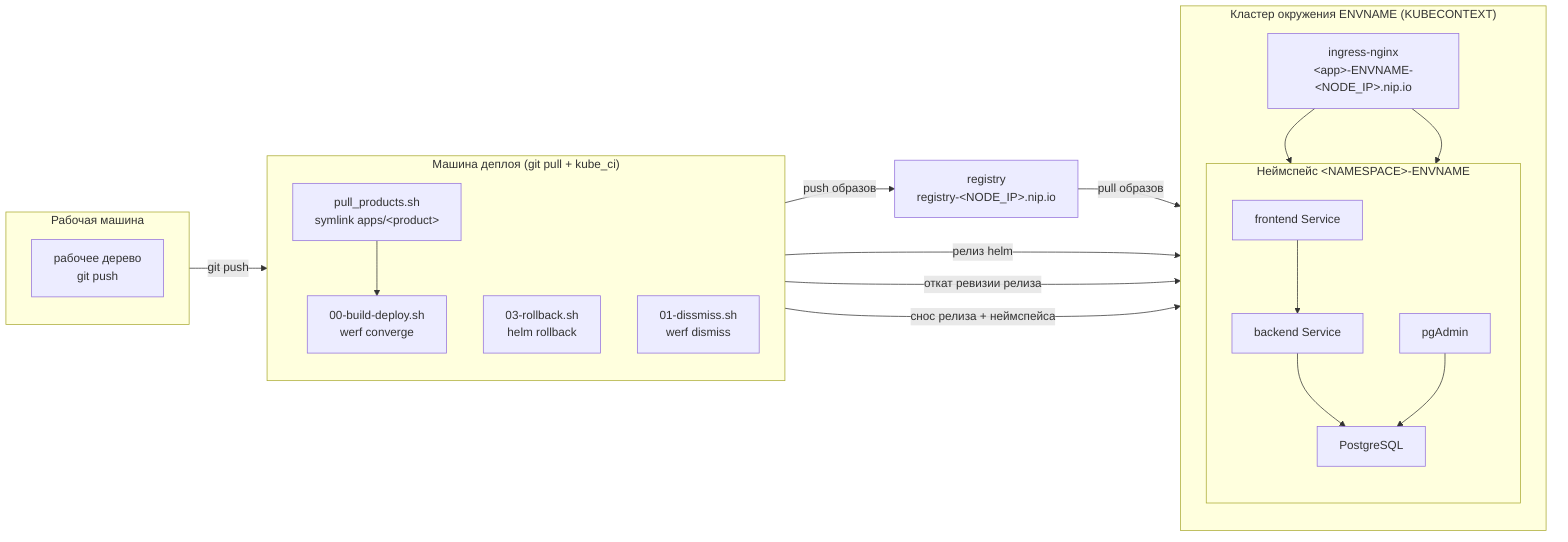
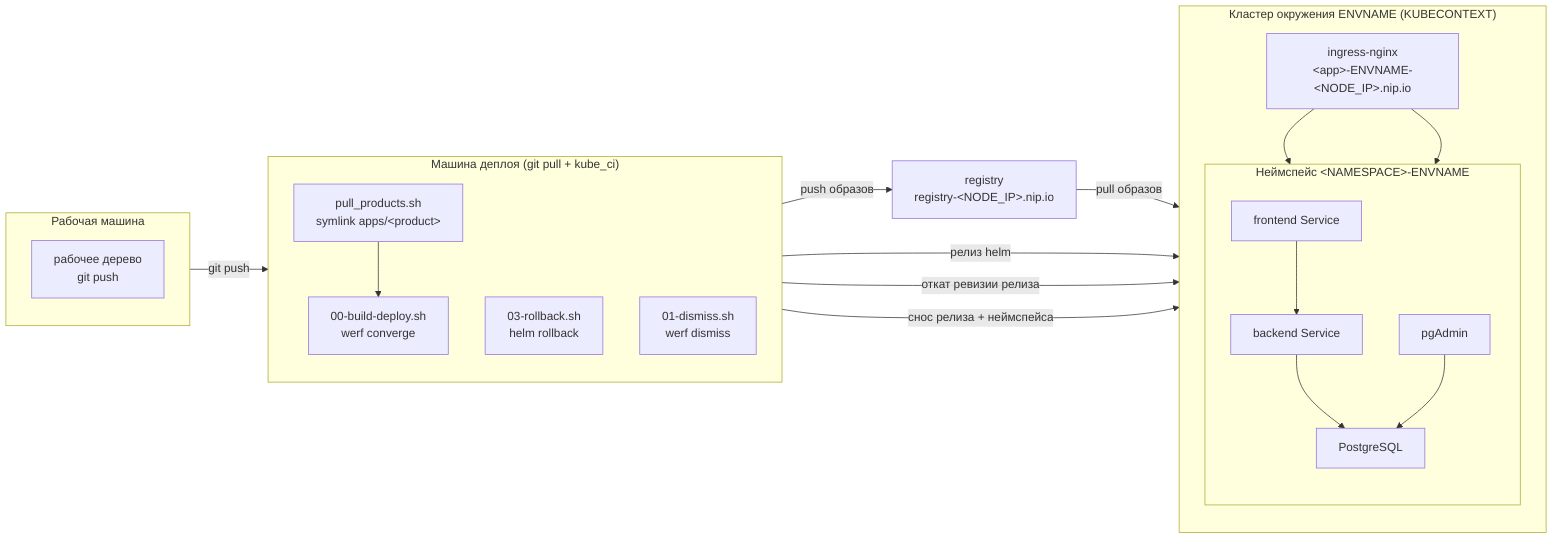
flowchart LR
    subgraph dev["Рабочая машина"]
        direction TB
        wt["рабочее дерево<br/>git push"]
    end

    subgraph kvm["Машина деплоя (git pull + kube_ci)"]
        direction TB
        pull["pull_products.sh<br/>symlink apps/&lt;product&gt;"]
        conv["00-build-deploy.sh<br/>werf converge"]
        roll["03-rollback.sh<br/>helm rollback"]
-         dism["01-dissmiss.sh<br/>werf dismiss"]
+         dism["01-dismiss.sh<br/>werf dismiss"]
        pull --> conv
    end

    registry["registry<br/>registry-&lt;NODE_IP&gt;.nip.io"]

    subgraph cluster["Кластер окружения ENVNAME (KUBECONTEXT)"]
        direction TB
        ing["ingress-nginx<br/>&lt;app&gt;-ENVNAME-&lt;NODE_IP&gt;.nip.io"]
        subgraph ns["Неймспейс &lt;NAMESPACE&gt;-ENVNAME"]
            direction TB
            front["frontend Service"]
            back["backend Service"]
            pg["PostgreSQL"]
            pga["pgAdmin"]
            front --> back --> pg
            pga --> pg
        end
        ing --> front
        ing --> pga
    end

    wt -->|git push| kvm
    conv -->|push образов| registry
    conv -->|релиз helm| ns
    roll -->|откат ревизии релиза| ns
    dism -->|снос релиза + неймспейса| ns
    registry -->|pull образов| ns
